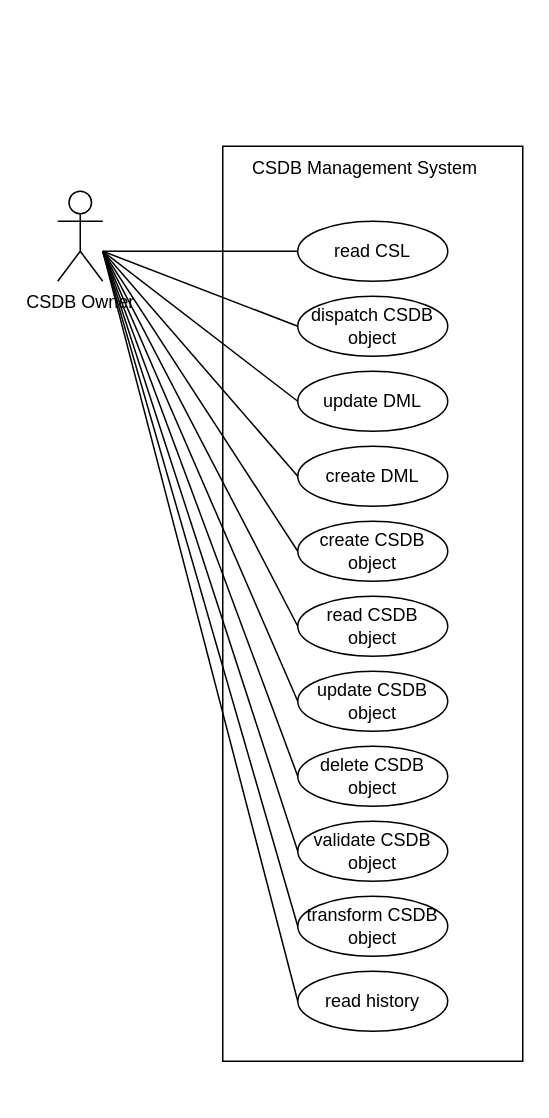
The draw.io diagram uml/uml_use_case_csdb_management_system.drawio in ferdisap/techpub, before the edit. Source tidied: cells renumbered, new cells numbered last; positions are measured from the earlier drawing's top-left corner, leaving out a move shared by most shapes. Both pictures are drawn from the tidied source at 150%, with x=0, y=0 at pixel (57, 146).
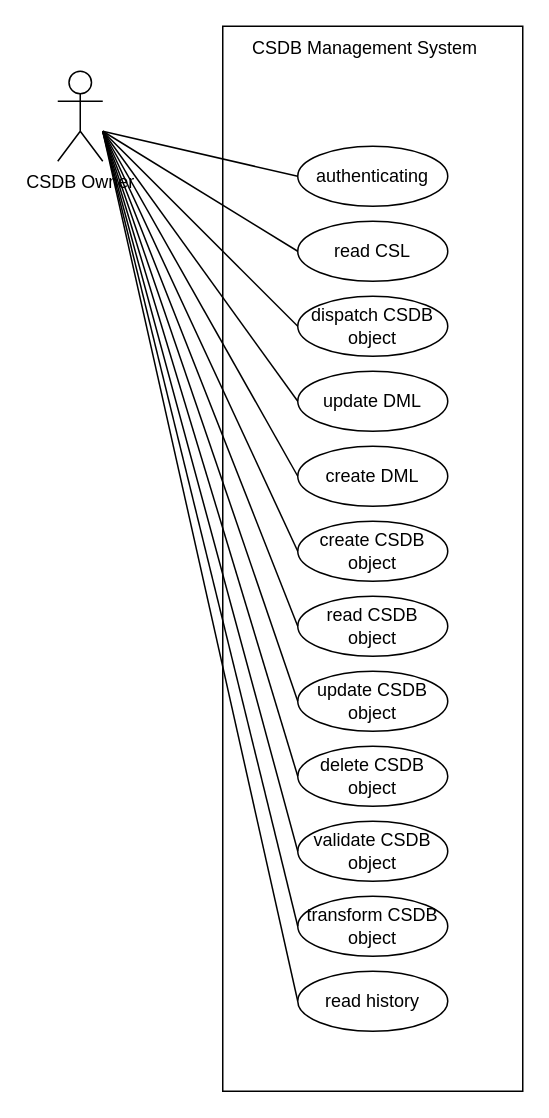
After the change.

Unchanged cells that the change refers to:
```xml
<mxCell id="4" value="create CSDB object" style="ellipse;whiteSpace=wrap;html=1;" parent="1" vertex="1">
  <mxGeometry x="160" y="250" width="100" height="40" as="geometry" />
</mxCell>
<mxCell id="6" value="read CSDB &lt;br&gt;object" style="ellipse;whiteSpace=wrap;html=1;" parent="1" vertex="1">
  <mxGeometry x="160" y="300" width="100" height="40" as="geometry" />
</mxCell>
<mxCell id="7" value="update CSDB object" style="ellipse;whiteSpace=wrap;html=1;" parent="1" vertex="1">
  <mxGeometry x="160" y="350" width="100" height="40" as="geometry" />
</mxCell>
<mxCell id="8" value="delete CSDB &lt;br&gt;object" style="ellipse;whiteSpace=wrap;html=1;" parent="1" vertex="1">
  <mxGeometry x="160" y="400" width="100" height="40" as="geometry" />
</mxCell>
<mxCell id="9" value="validate CSDB &lt;br&gt;object" style="ellipse;whiteSpace=wrap;html=1;" parent="1" vertex="1">
  <mxGeometry x="160" y="450" width="100" height="40" as="geometry" />
</mxCell>
<mxCell id="10" value="transform CSDB &lt;br&gt;object" style="ellipse;whiteSpace=wrap;html=1;" parent="1" vertex="1">
  <mxGeometry x="160" y="500" width="100" height="40" as="geometry" />
</mxCell>
<mxCell id="18" value="read history" style="ellipse;whiteSpace=wrap;html=1;" parent="1" vertex="1">
  <mxGeometry x="160" y="550" width="100" height="40" as="geometry" />
</mxCell>
<mxCell id="19" value="create DML" style="ellipse;whiteSpace=wrap;html=1;" parent="1" vertex="1">
  <mxGeometry x="160" y="200" width="100" height="40" as="geometry" />
</mxCell>
<mxCell id="21" value="update DML" style="ellipse;whiteSpace=wrap;html=1;" parent="1" vertex="1">
  <mxGeometry x="160" y="150" width="100" height="40" as="geometry" />
</mxCell>
<mxCell id="23" value="dispatch CSDB object" style="ellipse;whiteSpace=wrap;html=1;" parent="1" vertex="1">
  <mxGeometry x="160" y="100" width="100" height="40" as="geometry" />
</mxCell>
<mxCell id="25" value="read CSL" style="ellipse;whiteSpace=wrap;html=1;" parent="1" vertex="1">
  <mxGeometry x="160" y="50" width="100" height="40" as="geometry" />
</mxCell>
```

What changed in the source:
```diff
@@
     <mxCell id="2" style="rounded=0;whiteSpace=wrap;html=1;fillColor=none;" parent="1" vertex="1">
-      <mxGeometry x="110" width="200" height="610" as="geometry" />
+      <mxGeometry x="110" y="-80" width="200" height="710" as="geometry" />
     </mxCell>
     <mxCell id="3" value="CSDB Owner" style="shape=umlActor;verticalLabelPosition=bottom;verticalAlign=top;html=1;" parent="1" vertex="1">
-      <mxGeometry y="30" width="30" height="60" as="geometry" />
+      <mxGeometry y="-50" width="30" height="60" as="geometry" />
     </mxCell>
@@
     <mxCell id="5" value="CSDB Management System" style="text;html=1;align=center;verticalAlign=middle;whiteSpace=wrap;rounded=0;" parent="1" vertex="1">
-      <mxGeometry x="120" width="170" height="30" as="geometry" />
+      <mxGeometry x="120" y="-80" width="170" height="30" as="geometry" />
     </mxCell>
@@
     <mxCell id="11" style="endArrow=none;html=1;rounded=0;elbow=vertical;entryX=0;entryY=0.5;entryDx=0;entryDy=0;" parent="1" edge="1" target="6">
       <mxGeometry relative="1" as="geometry">
-        <mxPoint x="30" y="70" as="sourcePoint" />
+        <mxPoint x="30" y="-10" as="sourcePoint" />
       </mxGeometry>
     </mxCell>
     <mxCell id="12" style="endArrow=none;html=1;rounded=0;elbow=vertical;entryX=0;entryY=0.5;entryDx=0;entryDy=0;" parent="1" edge="1" target="7">
       <mxGeometry relative="1" as="geometry">
-        <mxPoint x="30" y="70" as="sourcePoint" />
+        <mxPoint x="30" y="-10" as="sourcePoint" />
       </mxGeometry>
     </mxCell>
     <mxCell id="13" style="endArrow=none;html=1;rounded=0;elbow=vertical;entryX=0;entryY=0.5;entryDx=0;entryDy=0;" parent="1" edge="1" target="8">
       <mxGeometry relative="1" as="geometry">
-        <mxPoint x="30" y="70" as="sourcePoint" />
+        <mxPoint x="30" y="-10" as="sourcePoint" />
       </mxGeometry>
     </mxCell>
     <mxCell id="14" style="endArrow=none;html=1;rounded=0;elbow=vertical;entryX=0;entryY=0.5;entryDx=0;entryDy=0;" parent="1" edge="1" target="9">
       <mxGeometry relative="1" as="geometry">
-        <mxPoint x="30" y="70" as="sourcePoint" />
+        <mxPoint x="30" y="-10" as="sourcePoint" />
       </mxGeometry>
     </mxCell>
     <mxCell id="15" style="endArrow=none;html=1;rounded=0;elbow=vertical;entryX=0;entryY=0.5;entryDx=0;entryDy=0;" parent="1" edge="1" target="10">
       <mxGeometry relative="1" as="geometry">
-        <mxPoint x="30" y="70" as="sourcePoint" />
+        <mxPoint x="30" y="-10" as="sourcePoint" />
       </mxGeometry>
     </mxCell>
     <mxCell id="16" style="endArrow=none;html=1;rounded=0;elbow=vertical;entryX=0;entryY=0.5;entryDx=0;entryDy=0;" parent="1" edge="1" target="4">
       <mxGeometry relative="1" as="geometry">
-        <mxPoint x="30" y="70" as="sourcePoint" />
+        <mxPoint x="30" y="-10" as="sourcePoint" />
       </mxGeometry>
     </mxCell>
     <mxCell id="17" style="edgeStyle=none;rounded=0;jettySize=auto;html=1;elbow=vertical;exitX=0;exitY=0.5;exitDx=0;exitDy=0;endArrow=none;endFill=0;" parent="1" edge="1" source="18">
       <mxGeometry relative="1" as="geometry">
-        <mxPoint x="30" y="70" as="targetPoint" />
+        <mxPoint x="30" y="-10" as="targetPoint" />
       </mxGeometry>
     </mxCell>
@@
     <mxCell id="20" style="endArrow=none;html=1;rounded=0;elbow=vertical;entryX=0;entryY=0.5;entryDx=0;entryDy=0;" parent="1" edge="1" target="19">
       <mxGeometry relative="1" as="geometry">
-        <mxPoint x="30" y="70" as="sourcePoint" />
+        <mxPoint x="30" y="-10" as="sourcePoint" />
       </mxGeometry>
     </mxCell>
@@
     <mxCell id="22" style="endArrow=none;html=1;rounded=0;elbow=vertical;entryX=0;entryY=0.5;entryDx=0;entryDy=0;" parent="1" edge="1" target="21">
       <mxGeometry relative="1" as="geometry">
-        <mxPoint x="30" y="70" as="sourcePoint" />
+        <mxPoint x="30" y="-10" as="sourcePoint" />
       </mxGeometry>
     </mxCell>
@@
     <mxCell id="24" style="endArrow=none;html=1;rounded=0;elbow=vertical;entryX=0;entryY=0.5;entryDx=0;entryDy=0;" parent="1" edge="1" target="23">
       <mxGeometry relative="1" as="geometry">
-        <mxPoint x="30" y="70" as="sourcePoint" />
+        <mxPoint x="30" y="-10" as="sourcePoint" />
       </mxGeometry>
     </mxCell>
@@
     <mxCell id="26" style="endArrow=none;html=1;rounded=0;elbow=vertical;entryX=0;entryY=0.5;entryDx=0;entryDy=0;" parent="1" edge="1" target="25">
       <mxGeometry relative="1" as="geometry">
-        <mxPoint x="30" y="70" as="sourcePoint" />
+        <mxPoint x="30" y="-10" as="sourcePoint" />
       </mxGeometry>
     </mxCell>
+    <mxCell id="27" value="authenticating" style="ellipse;whiteSpace=wrap;html=1;" parent="1" vertex="1">
+      <mxGeometry x="160" width="100" height="40" as="geometry" />
+    </mxCell>
+    <mxCell id="28" style="endArrow=none;html=1;rounded=0;elbow=vertical;entryX=0;entryY=0.5;entryDx=0;entryDy=0;" parent="1" edge="1" target="27">
+      <mxGeometry relative="1" as="geometry">
+        <mxPoint x="30" y="-10" as="sourcePoint" />
+      </mxGeometry>
+    </mxCell>
```
